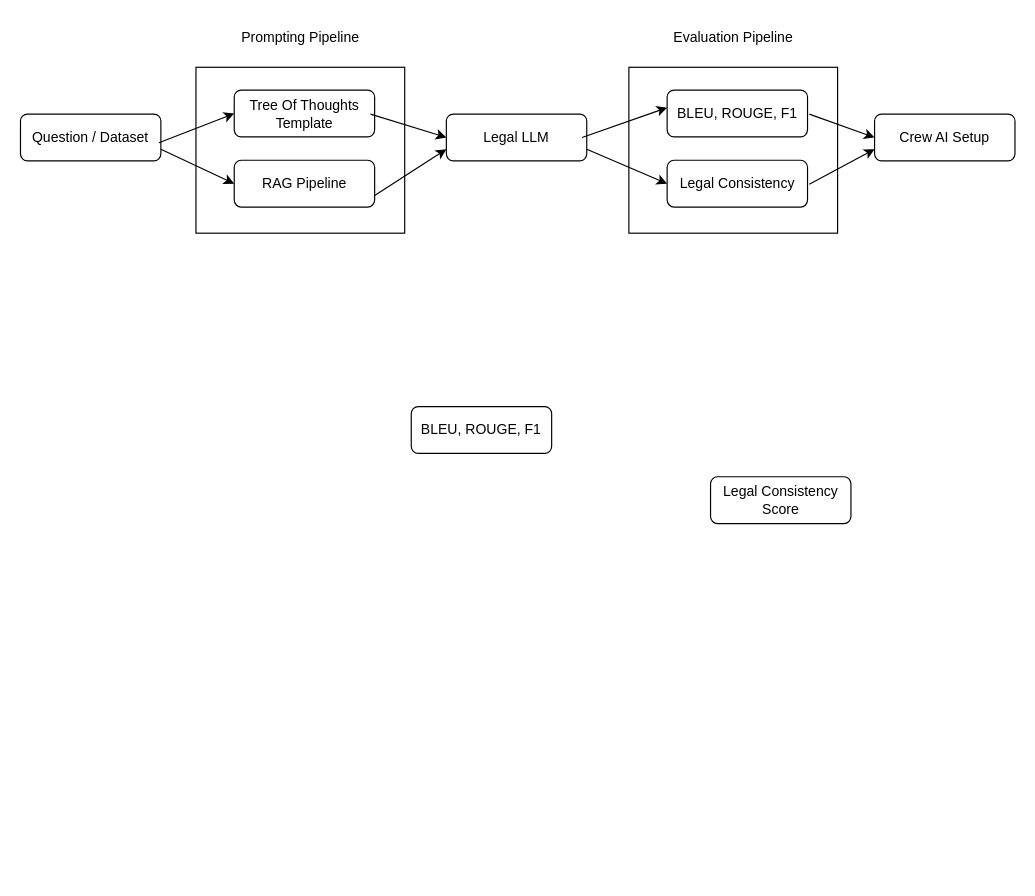
This is kcl_msc_flow.drawio from chiragv24/Dissertation-Code, a draw.io file, before an edit. Source tidied: cells renumbered, new cells numbered last; positions are measured from the earlier drawing's top-left corner, leaving out a move shared by most shapes. Both pictures are drawn from the tidied source at 117%, with x=0, y=0 at pixel (20, 20).
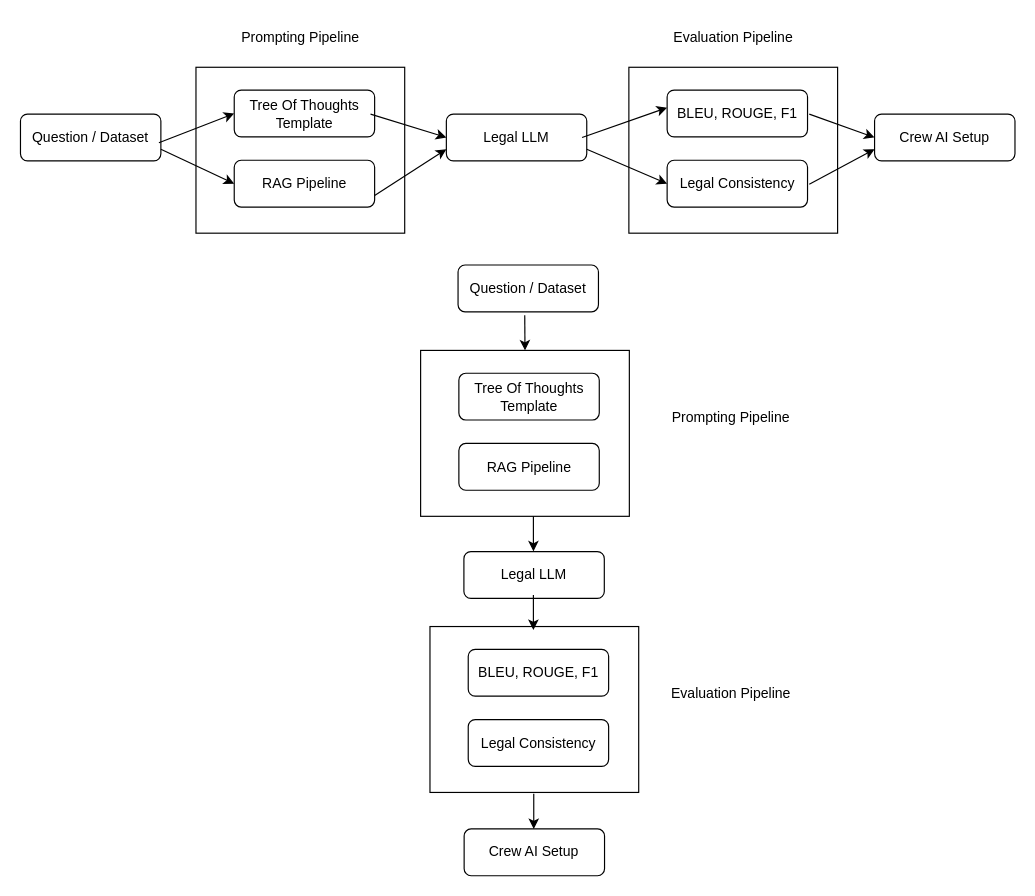
Above is the later version.

Change to the diagram source:
```diff
@@
-    <mxCell id="2" value="BLEU, ROUGE, F1" style="rounded=1;whiteSpace=wrap;html=1;fontSize=12;glass=0;strokeWidth=1;shadow=0;" parent="1" vertex="1">
-      <mxGeometry x="334" y="330" width="120" height="40" as="geometry" />
-    </mxCell>
-    <mxCell id="3" value="Legal Consistency Score" style="rounded=1;whiteSpace=wrap;html=1;fontSize=12;glass=0;strokeWidth=1;shadow=0;" parent="1" vertex="1">
-      <mxGeometry x="589.8" y="390" width="120" height="40" as="geometry" />
-    </mxCell>
@@
+    <mxCell id="26" value="Prompting Pipeline" style="text;html=1;align=center;verticalAlign=middle;strokeColor=none;fillColor=none;" parent="1" vertex="1">
+      <mxGeometry x="547" y="325" width="120" height="30" as="geometry" />
+    </mxCell>
+    <mxCell id="27" style="group;" parent="1" vertex="1">
+      <mxGeometry x="342" y="209" width="186.4" height="522" as="geometry" />
+    </mxCell>
+    <mxCell id="28" value="Question / Dataset" style="rounded=1;whiteSpace=wrap;html=1;fontSize=12;glass=0;strokeWidth=1;shadow=0;" parent="27" vertex="1">
+      <mxGeometry x="32" width="120" height="40" as="geometry" />
+    </mxCell>
+    <mxCell id="29" style="group;" parent="27" vertex="1">
+      <mxGeometry y="73" width="178.4" height="141.8" as="geometry" />
+    </mxCell>
+    <mxCell id="30" style="rounded=0;whiteSpace=wrap;html=1;rotation=-90;" parent="29" vertex="1">
+      <mxGeometry x="18.3" y="-18.3" width="141.8" height="178.4" as="geometry" />
+    </mxCell>
+    <mxCell id="31" value="Tree Of Thoughts Template" style="rounded=1;whiteSpace=wrap;html=1;fontSize=12;glass=0;strokeWidth=1;shadow=0;" parent="29" vertex="1">
+      <mxGeometry x="32.7" y="19.5" width="120" height="40" as="geometry" />
+    </mxCell>
+    <mxCell id="32" value="RAG Pipeline" style="rounded=1;whiteSpace=wrap;html=1;fontSize=12;glass=0;strokeWidth=1;shadow=0;" parent="29" vertex="1">
+      <mxGeometry x="32.7" y="79.5" width="120" height="40" as="geometry" />
+    </mxCell>
+    <mxCell id="33" style="endArrow=classic;html=1;rounded=0;entryX=1;entryY=0.5;entryDx=0;entryDy=0;" parent="27" edge="1" target="30">
+      <mxGeometry relative="1" as="geometry">
+        <mxPoint x="89" y="43" as="sourcePoint" />
+      </mxGeometry>
+    </mxCell>
+    <mxCell id="34" value="Legal LLM" style="rounded=1;whiteSpace=wrap;html=1;fontSize=12;glass=0;strokeWidth=1;shadow=0;" parent="27" vertex="1">
+      <mxGeometry x="37" y="245" width="120" height="40" as="geometry" />
+    </mxCell>
+    <mxCell id="35" style="endArrow=classic;html=1;rounded=0;entryX=1;entryY=0.5;entryDx=0;entryDy=0;" parent="27" edge="1">
+      <mxGeometry relative="1" as="geometry">
+        <mxPoint x="96.4" y="214.8" as="sourcePoint" />
+        <mxPoint x="96.4" y="244.8" as="targetPoint" />
+      </mxGeometry>
+    </mxCell>
+    <mxCell id="36" style="group;" parent="27" vertex="1">
+      <mxGeometry x="8" y="309" width="178.4" height="141.8" as="geometry" />
+    </mxCell>
+    <mxCell id="37" style="rounded=0;whiteSpace=wrap;html=1;rotation=-90;" parent="36" vertex="1">
+      <mxGeometry x="18.3" y="-18.3" width="141.8" height="178.4" as="geometry" />
+    </mxCell>
+    <mxCell id="2" value="BLEU, ROUGE, F1" style="rounded=1;whiteSpace=wrap;html=1;fontSize=12;glass=0;strokeWidth=1;shadow=0;" parent="36" vertex="1">
+      <mxGeometry x="32.7" y="19.5" width="120" height="40" as="geometry" />
+    </mxCell>
+    <mxCell id="38" value="Legal Consistency" style="rounded=1;whiteSpace=wrap;html=1;fontSize=12;glass=0;strokeWidth=1;shadow=0;" parent="36" vertex="1">
+      <mxGeometry x="32.7" y="79.5" width="120" height="40" as="geometry" />
+    </mxCell>
+    <mxCell id="39" value="Crew AI Setup" style="rounded=1;whiteSpace=wrap;html=1;fontSize=12;glass=0;strokeWidth=1;shadow=0;" parent="27" vertex="1">
+      <mxGeometry x="37.2" y="482" width="120" height="40" as="geometry" />
+    </mxCell>
+    <mxCell id="40" style="endArrow=classic;html=1;rounded=0;entryX=1;entryY=0.5;entryDx=0;entryDy=0;" parent="27" edge="1">
+      <mxGeometry relative="1" as="geometry">
+        <mxPoint x="96.4" y="282" as="sourcePoint" />
+        <mxPoint x="96.4" y="312" as="targetPoint" />
+      </mxGeometry>
+    </mxCell>
+    <mxCell id="41" style="endArrow=classic;html=1;rounded=0;entryX=1;entryY=0.5;entryDx=0;entryDy=0;" parent="27" edge="1">
+      <mxGeometry relative="1" as="geometry">
+        <mxPoint x="96.7" y="452" as="sourcePoint" />
+        <mxPoint x="96.7" y="482" as="targetPoint" />
+      </mxGeometry>
+    </mxCell>
+    <mxCell id="42" value="Evaluation Pipeline" style="text;html=1;align=center;verticalAlign=middle;strokeColor=none;fillColor=none;" parent="1" vertex="1">
+      <mxGeometry x="547" y="563" width="120" height="26" as="geometry" />
+    </mxCell>
```
